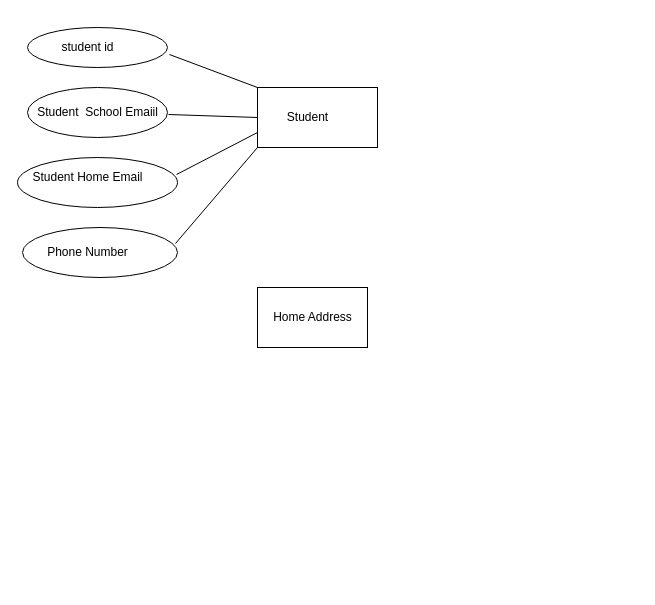
Above: Course Project 1.drawio in invegat/COP5725 (draw.io), before the change. Source tidied: cells renumbered, new cells numbered last; positions are measured from the earlier drawing's top-left corner, leaving out a move shared by most shapes. Both pictures are drawn from the tidied source at 100%, with x=0, y=0 at pixel (17, 27).
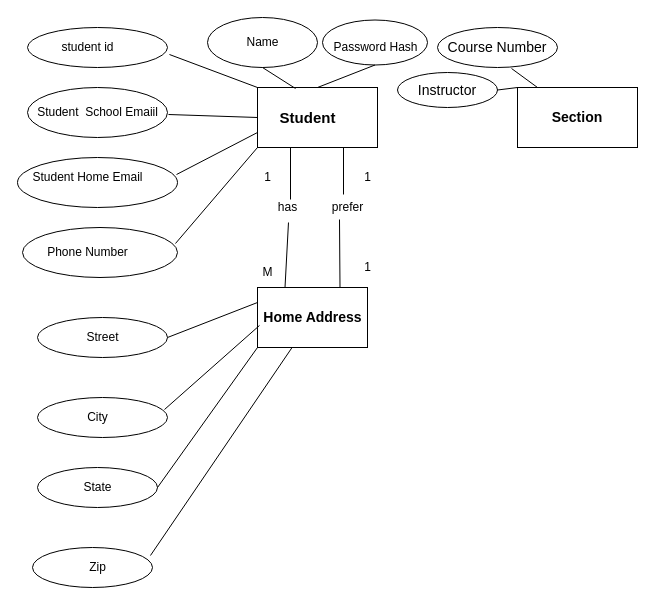
Above is the later version.

Unchanged cells that the change refers to:
```xml
<mxCell id="2" style="rounded=0;whiteSpace=wrap;html=1;" parent="1" vertex="1">
  <mxGeometry x="240" y="60" width="120" height="60" as="geometry" />
</mxCell>
<mxCell id="16" style="rounded=0;whiteSpace=wrap;html=1;" parent="1" vertex="1">
  <mxGeometry x="240" y="260" width="110" height="60" as="geometry" />
</mxCell>
```

Change to the diagram source:
```diff
@@
-    <mxCell id="3" value="Student" style="text;html=1;align=center;verticalAlign=middle;fillColor=none;strokeColor=none;rounded=0;" parent="1" vertex="1">
+    <mxCell id="3" value="Student" style="text;html=1;align=center;verticalAlign=middle;fillColor=none;strokeColor=none;rounded=0;b;fontStyle=1;fontSize=15;" parent="1" vertex="1">
       <mxGeometry x="260" y="80" width="60" height="20" as="geometry" />
     </mxCell>
@@
-    <mxCell id="17" value="Home Address" style="text;html=1;align=center;verticalAlign=middle;fillColor=none;strokeColor=none;rounded=0;" parent="1" vertex="1">
-      <mxGeometry x="250" y="280" width="90" height="20" as="geometry" />
+    <mxCell id="17" value="Home Address" style="text;html=1;align=center;verticalAlign=middle;fillColor=none;strokeColor=none;rounded=0;fontStyle=1;fontSize=14;" parent="1" vertex="1">
+      <mxGeometry x="240" y="280" width="110" height="20" as="geometry" />
     </mxCell>
+    <mxCell id="18" style="ellipse;whiteSpace=wrap;html=1;" parent="1" vertex="1">
+      <mxGeometry x="20" y="290" width="130" height="40" as="geometry" />
+    </mxCell>
+    <mxCell id="19" value="Street" style="text;html=1;align=center;verticalAlign=middle;fillColor=none;strokeColor=none;rounded=0;" parent="1" vertex="1">
+      <mxGeometry x="60" y="300" width="50" height="20" as="geometry" />
+    </mxCell>
+    <mxCell id="20" style="ellipse;whiteSpace=wrap;html=1;" parent="1" vertex="1">
+      <mxGeometry x="20" y="370" width="130" height="40" as="geometry" />
+    </mxCell>
+    <mxCell id="21" value="City" style="text;html=1;align=center;verticalAlign=middle;fillColor=none;strokeColor=none;rounded=0;" parent="1" vertex="1">
+      <mxGeometry x="60" y="380" width="40" height="20" as="geometry" />
+    </mxCell>
+    <mxCell id="22" style="ellipse;whiteSpace=wrap;html=1;" parent="1" vertex="1">
+      <mxGeometry x="20" y="440" width="120" height="40" as="geometry" />
+    </mxCell>
+    <mxCell id="23" value="State" style="text;html=1;align=center;verticalAlign=middle;fillColor=none;strokeColor=none;rounded=0;" parent="1" vertex="1">
+      <mxGeometry x="60" y="450" width="40" height="20" as="geometry" />
+    </mxCell>
+    <mxCell id="24" style="ellipse;whiteSpace=wrap;html=1;" parent="1" vertex="1">
+      <mxGeometry x="15" y="520" width="120" height="40" as="geometry" />
+    </mxCell>
+    <mxCell id="25" value="Zip" style="text;html=1;align=center;verticalAlign=middle;fillColor=none;strokeColor=none;rounded=0;" parent="1" vertex="1">
+      <mxGeometry x="65" y="530" width="30" height="20" as="geometry" />
+    </mxCell>
+    <mxCell id="26" style="endArrow=none;html=1;rounded=0;exitX=1;exitY=0.5;exitDx=0;exitDy=0;entryX=0;entryY=0.25;entryDx=0;entryDy=0;" parent="1" edge="1" source="18" target="16">
+      <mxGeometry relative="1" as="geometry" />
+    </mxCell>
+    <mxCell id="27" style="endArrow=none;html=1;rounded=0;exitX=0.977;exitY=0.3;exitDx=0;exitDy=0;exitPerimeter=0;entryX=0.018;entryY=0.633;entryDx=0;entryDy=0;entryPerimeter=0;" parent="1" edge="1" source="20" target="16">
+      <mxGeometry relative="1" as="geometry" />
+    </mxCell>
+    <mxCell id="28" style="endArrow=none;html=1;rounded=0;exitX=1;exitY=0.5;exitDx=0;exitDy=0;entryX=0;entryY=1;entryDx=0;entryDy=0;" parent="1" edge="1" source="22" target="16">
+      <mxGeometry relative="1" as="geometry" />
+    </mxCell>
+    <mxCell id="29" style="endArrow=none;html=1;rounded=0;exitX=0.983;exitY=0.2;exitDx=0;exitDy=0;exitPerimeter=0;" parent="1" edge="1" source="24" target="16">
+      <mxGeometry relative="1" as="geometry" />
+    </mxCell>
+    <mxCell id="30" value="has" style="text;html=1;align=center;verticalAlign=middle;points=[];fillColor=none;strokeColor=none;rounded=0;" parent="1" vertex="1">
+      <mxGeometry x="255" y="170" width="30" height="20" as="geometry" />
+    </mxCell>
+    <mxCell id="31" style="endArrow=none;html=1;rounded=0;exitX=0.6;exitY=0.1;exitDx=0;exitDy=0;exitPerimeter=0;" parent="1" edge="1" source="30">
+      <mxGeometry relative="1" as="geometry">
+        <mxPoint x="273" y="120" as="targetPoint" />
+      </mxGeometry>
+    </mxCell>
+    <mxCell id="32" style="endArrow=none;html=1;rounded=0;exitX=0.25;exitY=0;exitDx=0;exitDy=0;entryX=0.533;entryY=1.25;entryDx=0;entryDy=0;entryPerimeter=0;" parent="1" edge="1" source="16" target="30">
+      <mxGeometry relative="1" as="geometry" />
+    </mxCell>
+    <mxCell id="33" value="1" style="text;html=1;align=center;verticalAlign=middle;fillColor=none;strokeColor=none;rounded=0;" parent="1" vertex="1">
+      <mxGeometry x="240" y="140" width="20" height="20" as="geometry" />
+    </mxCell>
+    <mxCell id="34" value="M" style="text;html=1;align=center;verticalAlign=middle;fillColor=none;strokeColor=none;rounded=0;" parent="1" vertex="1">
+      <mxGeometry x="235" y="235" width="30" height="20" as="geometry" />
+    </mxCell>
+    <mxCell id="35" value="prefer" style="text;html=1;align=center;verticalAlign=middle;points=[];fillColor=none;strokeColor=none;rounded=0;" parent="1" vertex="1">
+      <mxGeometry x="305" y="170" width="50" height="20" as="geometry" />
+    </mxCell>
+    <mxCell id="36" style="endArrow=none;html=1;rounded=0;exitX=0.42;exitY=-0.15;exitDx=0;exitDy=0;exitPerimeter=0;" parent="1" edge="1" source="35">
+      <mxGeometry relative="1" as="geometry">
+        <mxPoint x="326" y="120" as="targetPoint" />
+      </mxGeometry>
+    </mxCell>
+    <mxCell id="37" style="endArrow=none;html=1;rounded=0;exitX=0.75;exitY=0;exitDx=0;exitDy=0;entryX=0.34;entryY=1.1;entryDx=0;entryDy=0;entryPerimeter=0;" parent="1" edge="1" source="16" target="35">
+      <mxGeometry relative="1" as="geometry" />
+    </mxCell>
+    <mxCell id="38" value="1" style="text;html=1;align=center;verticalAlign=middle;fillColor=none;strokeColor=none;rounded=0;" parent="1" vertex="1">
+      <mxGeometry x="340" y="140" width="20" height="20" as="geometry" />
+    </mxCell>
+    <mxCell id="39" value="1" style="text;html=1;align=center;verticalAlign=middle;fillColor=none;strokeColor=none;rounded=0;" parent="1" vertex="1">
+      <mxGeometry x="340" y="230" width="20" height="20" as="geometry" />
+    </mxCell>
+    <mxCell id="40" style="ellipse;whiteSpace=wrap;html=1;" parent="1" vertex="1">
+      <mxGeometry x="190" y="-10" width="110" height="50" as="geometry" />
+    </mxCell>
+    <mxCell id="41" value="Name" style="text;html=1;align=center;verticalAlign=middle;fillColor=none;strokeColor=none;rounded=0;" parent="1" vertex="1">
+      <mxGeometry x="220" y="5" width="50" height="20" as="geometry" />
+    </mxCell>
+    <mxCell id="42" style="endArrow=none;html=1;rounded=0;exitX=0.5;exitY=1;exitDx=0;exitDy=0;entryX=0.317;entryY=0.017;entryDx=0;entryDy=0;entryPerimeter=0;" parent="1" edge="1" source="40" target="2">
+      <mxGeometry relative="1" as="geometry" />
+    </mxCell>
+    <mxCell id="43" style="ellipse;whiteSpace=wrap;html=1;" parent="1" vertex="1">
+      <mxGeometry x="305" y="-7.5" width="105" height="45" as="geometry" />
+    </mxCell>
+    <mxCell id="44" value="Password Hash" style="text;html=1;align=center;verticalAlign=middle;fillColor=none;strokeColor=none;rounded=0;" parent="1" vertex="1">
+      <mxGeometry x="307.5" y="10" width="100" height="20" as="geometry" />
+    </mxCell>
+    <mxCell id="45" style="endArrow=none;html=1;rounded=0;exitX=0.5;exitY=0;exitDx=0;exitDy=0;entryX=0.5;entryY=1;entryDx=0;entryDy=0;" parent="1" edge="1" source="2" target="43">
+      <mxGeometry relative="1" as="geometry" />
+    </mxCell>
+    <mxCell id="46" value="&lt;b&gt;Section&lt;/b&gt;" style="rounded=0;whiteSpace=wrap;html=1;fontSize=14;" parent="1" vertex="1">
+      <mxGeometry x="500" y="60" width="120" height="60" as="geometry" />
+    </mxCell>
+    <mxCell id="47" value="Course Number" style="ellipse;whiteSpace=wrap;html=1;fontSize=14;" parent="1" vertex="1">
+      <mxGeometry x="420" width="120" height="40" as="geometry" />
+    </mxCell>
+    <mxCell id="48" style="endArrow=none;html=1;rounded=0;fontSize=14;entryX=0.617;entryY=1.025;entryDx=0;entryDy=0;entryPerimeter=0;" parent="1" edge="1" target="47">
+      <mxGeometry relative="1" as="geometry">
+        <mxPoint x="520" y="60" as="sourcePoint" />
+      </mxGeometry>
+    </mxCell>
+    <mxCell id="49" value="Instructor" style="ellipse;whiteSpace=wrap;html=1;fontSize=14;" parent="1" vertex="1">
+      <mxGeometry x="380" y="45" width="100" height="35" as="geometry" />
+    </mxCell>
+    <mxCell id="50" style="endArrow=none;html=1;rounded=0;fontSize=14;entryX=1;entryY=0.5;entryDx=0;entryDy=0;exitX=0;exitY=0;exitDx=0;exitDy=0;" parent="1" edge="1" source="46" target="49">
+      <mxGeometry relative="1" as="geometry" />
+    </mxCell>
```
